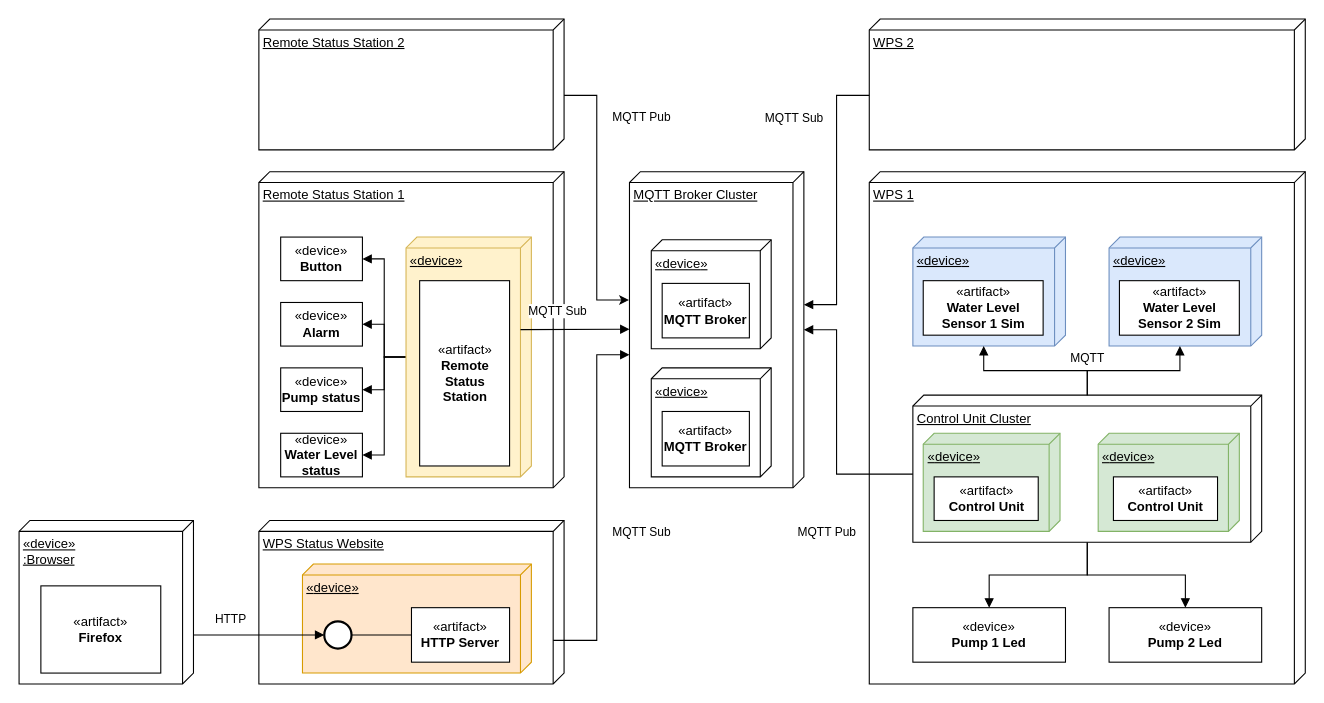
Earlier version of the draw.io diagram delivery-2/deployment-diagram-WPS.drawio (mendes-r/mescc-cslab). Source tidied: cells renumbered, new cells numbered last; positions are measured from the earlier drawing's top-left corner, leaving out a move shared by most shapes. Both pictures are drawn from the tidied source at 109%, with x=0, y=0 at pixel (19, 19).
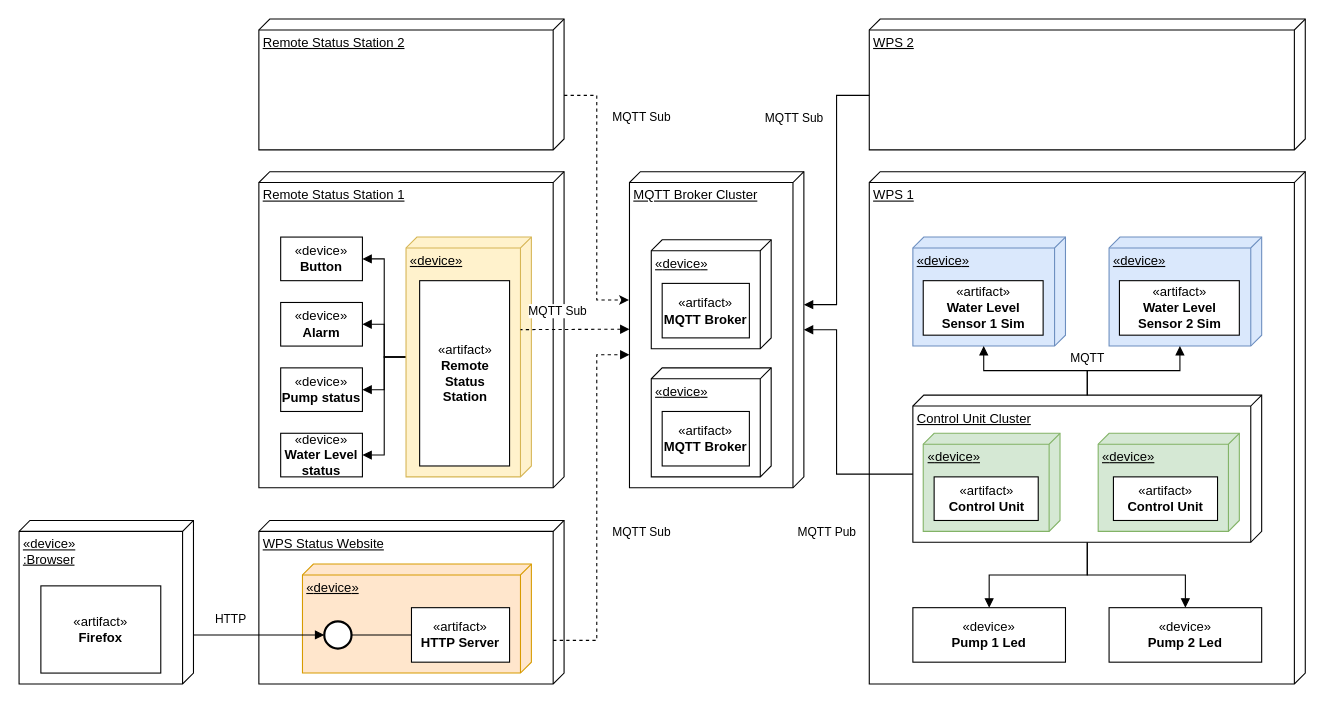
Above is the later version.

Unchanged cells that the change refers to:
```xml
<mxCell id="2" value="MQTT Broker Cluster" style="verticalAlign=top;align=left;spacingTop=8;spacingLeft=2;spacingRight=12;shape=cube;size=10;direction=south;fontStyle=4;html=1;whiteSpace=wrap;" parent="1" vertex="1">
  <mxGeometry x="560" y="140" width="160" height="290" as="geometry" />
</mxCell>
<mxCell id="22" value="«&lt;span style=&quot;background-color: initial;&quot;&gt;device&lt;/span&gt;»" style="verticalAlign=top;align=left;spacingTop=8;spacingLeft=2;spacingRight=12;shape=cube;size=10;direction=south;fontStyle=4;html=1;whiteSpace=wrap;fillColor=#fff2cc;strokeColor=#d6b656;" parent="1" vertex="1">
  <mxGeometry x="355" y="200" width="115" height="220" as="geometry" />
</mxCell>
<mxCell id="28" value="Remote Status Station 2" style="verticalAlign=top;align=left;spacingTop=8;spacingLeft=2;spacingRight=12;shape=cube;size=10;direction=south;fontStyle=4;html=1;whiteSpace=wrap;" parent="1" vertex="1">
  <mxGeometry x="220" width="280" height="120" as="geometry" />
</mxCell>
```

The edit, as a diff of the source:
```diff
@@
-    <mxCell id="48" style="endArrow=none;html=1;rounded=0;exitX=0.497;exitY=1.006;exitDx=0;exitDy=0;exitPerimeter=0;endFill=0;startArrow=block;startFill=1;entryX=0.386;entryY=0.087;entryDx=0;entryDy=0;entryPerimeter=0;" parent="1" edge="1" target="22">
+    <mxCell id="48" style="endArrow=none;html=1;rounded=0;exitX=0.497;exitY=1.006;exitDx=0;exitDy=0;exitPerimeter=0;endFill=0;startArrow=block;startFill=1;entryX=0.386;entryY=0.087;entryDx=0;entryDy=0;entryPerimeter=0;dashed=1;" parent="1" edge="1" target="22">
       <mxGeometry relative="1" as="geometry">
         <mxPoint x="560" y="284.5" as="sourcePoint" />
       </mxGeometry>
     </mxCell>
@@
-    <mxCell id="50" style="endArrow=block;html=1;rounded=0;edgeStyle=orthogonalEdgeStyle;endFill=1;" parent="1" edge="1" target="2">
+    <mxCell id="50" style="endArrow=block;html=1;rounded=0;edgeStyle=orthogonalEdgeStyle;endFill=1;dashed=1;" parent="1" edge="1" target="2">
       <mxGeometry relative="1" as="geometry">
         <mxPoint x="490" y="570" as="sourcePoint" />
         <Array as="points">
           <mxPoint x="530" y="570" />
           <mxPoint x="530" y="308" />
         </Array>
       </mxGeometry>
     </mxCell>
@@
-    <mxCell id="54" style="endArrow=classic;html=1;rounded=0;entryX=0.406;entryY=1.003;entryDx=0;entryDy=0;entryPerimeter=0;edgeStyle=orthogonalEdgeStyle;" parent="1" edge="1" source="28" target="2">
+    <mxCell id="54" style="endArrow=classic;html=1;rounded=0;entryX=0.406;entryY=1.003;entryDx=0;entryDy=0;entryPerimeter=0;edgeStyle=orthogonalEdgeStyle;dashed=1;" parent="1" edge="1" source="28" target="2">
       <mxGeometry relative="1" as="geometry">
         <Array as="points">
           <mxPoint x="530" y="70" />
           <mxPoint x="530" y="258" />
         </Array>
       </mxGeometry>
     </mxCell>
-    <mxCell id="55" value="MQTT Pub" style="edgeLabel;html=1;align=center;verticalAlign=middle;" parent="54" vertex="1">
+    <mxCell id="55" value="MQTT Sub" style="edgeLabel;html=1;align=center;verticalAlign=middle;" parent="54" vertex="1">
       <mxGeometry x="-0.64" y="1" relative="1" as="geometry">
         <mxPoint x="39" y="5" as="offset" />
       </mxGeometry>
     </mxCell>
```
